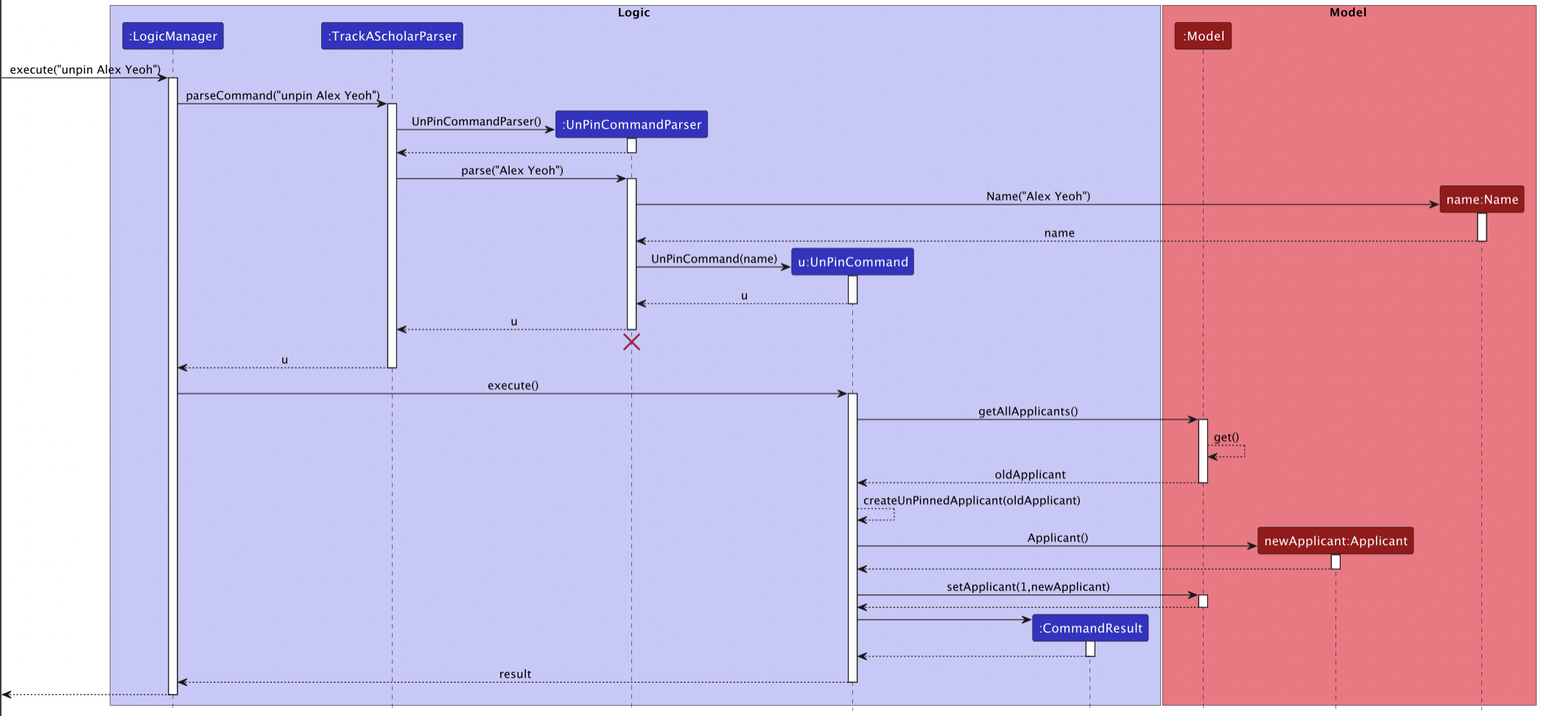
Earlier version of the PlantUML export docs/images/UnPinSequenceDiagram.png (nus-cs2103-AY2223S1/tp). Its source is kept beside it as docs/diagrams/UnPinSequenceDiagram.puml. Source of this version:
```plantuml
@startuml
!include style.puml

box Logic LOGIC_COLOR_T1
participant ":LogicManager" as LogicManager LOGIC_COLOR
participant ":TrackAScholarParser" as TrackAScholarParser LOGIC_COLOR
participant ":UnPinCommandParser" as UnPinCommandParser LOGIC_COLOR
participant "u:UnPinCommand" as UnPinCommand LOGIC_COLOR
participant ":CommandResult" as CommandResult LOGIC_COLOR
end box

box Model MODEL_COLOR_T1
participant ":Model" as Model MODEL_COLOR
participant "newApplicant:Applicant" as Applicant MODEL_COLOR
participant "name:Name" as Name MODEL_COLOR
end box

[-> LogicManager : execute("unpin Alex Yeoh")
activate LogicManager

LogicManager -> TrackAScholarParser : parseCommand("unpin Alex Yeoh")
activate TrackAScholarParser

create UnPinCommandParser
TrackAScholarParser -> UnPinCommandParser: UnPinCommandParser()
activate UnPinCommandParser

UnPinCommandParser --> TrackAScholarParser
deactivate UnPinCommandParser

TrackAScholarParser -> UnPinCommandParser : parse("Alex Yeoh")
activate UnPinCommandParser

create Name
UnPinCommandParser -> Name : Name("Alex Yeoh")
activate Name

Name --> UnPinCommandParser : name
deactivate Name


create UnPinCommand
UnPinCommandParser -> UnPinCommand : UnPinCommand(name)
activate UnPinCommand

UnPinCommand --> UnPinCommandParser : u
deactivate UnPinCommand

UnPinCommandParser --> TrackAScholarParser : u
deactivate UnPinCommandParser
UnPinCommandParser -[hidden]-> TrackAScholarParser
destroy UnPinCommandParser

TrackAScholarParser --> LogicManager : u
deactivate TrackAScholarParser

LogicManager -> UnPinCommand : execute()
activate UnPinCommand

UnPinCommand -> Model : getAllApplicants()
activate Model
Model --> Model : get()
Model --> UnPinCommand : oldApplicant
deactivate Model

UnPinCommand --> UnPinCommand : createUnPinnedApplicant(oldApplicant)

create Applicant
UnPinCommand -> Applicant : Applicant()
activate Applicant

Applicant --> UnPinCommand
deactivate Applicant

UnPinCommand -> Model : setApplicant(1,newApplicant)
activate Model

Model --> UnPinCommand
deactivate Model

create CommandResult
UnPinCommand -> CommandResult
activate CommandResult

CommandResult --> UnPinCommand
deactivate CommandResult

UnPinCommand --> LogicManager : result
deactivate UnPinCommand

[<--LogicManager
deactivate LogicManager
@enduml
```
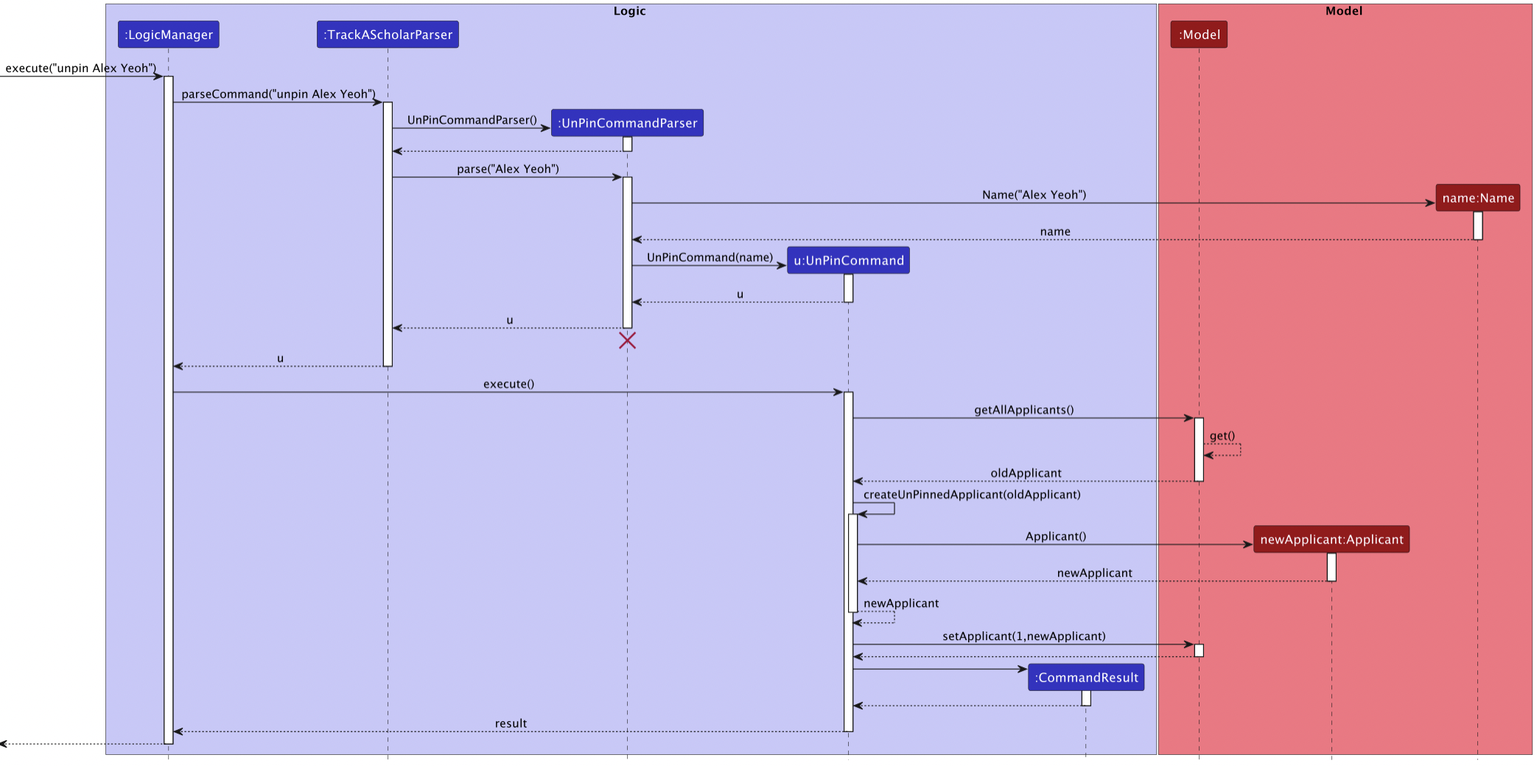
The same diagram one commit later.

Commit message:
Update sequence diagrams

Diff of the diagram source:
```diff
@@ -63,14 +63,19 @@
 Model --> UnPinCommand : oldApplicant
 deactivate Model
 
-UnPinCommand --> UnPinCommand : createUnPinnedApplicant(oldApplicant)
+UnPinCommand -> UnPinCommand : createUnPinnedApplicant(oldApplicant)
+activate UnPinCommand
 
 create Applicant
 UnPinCommand -> Applicant : Applicant()
 activate Applicant
 
-Applicant --> UnPinCommand
+Applicant --> UnPinCommand : newApplicant
 deactivate Applicant
+
+UnPinCommand --> UnPinCommand : newApplicant
+
+deactivate UnPinCommand
 
 UnPinCommand -> Model : setApplicant(1,newApplicant)
 activate Model
```
